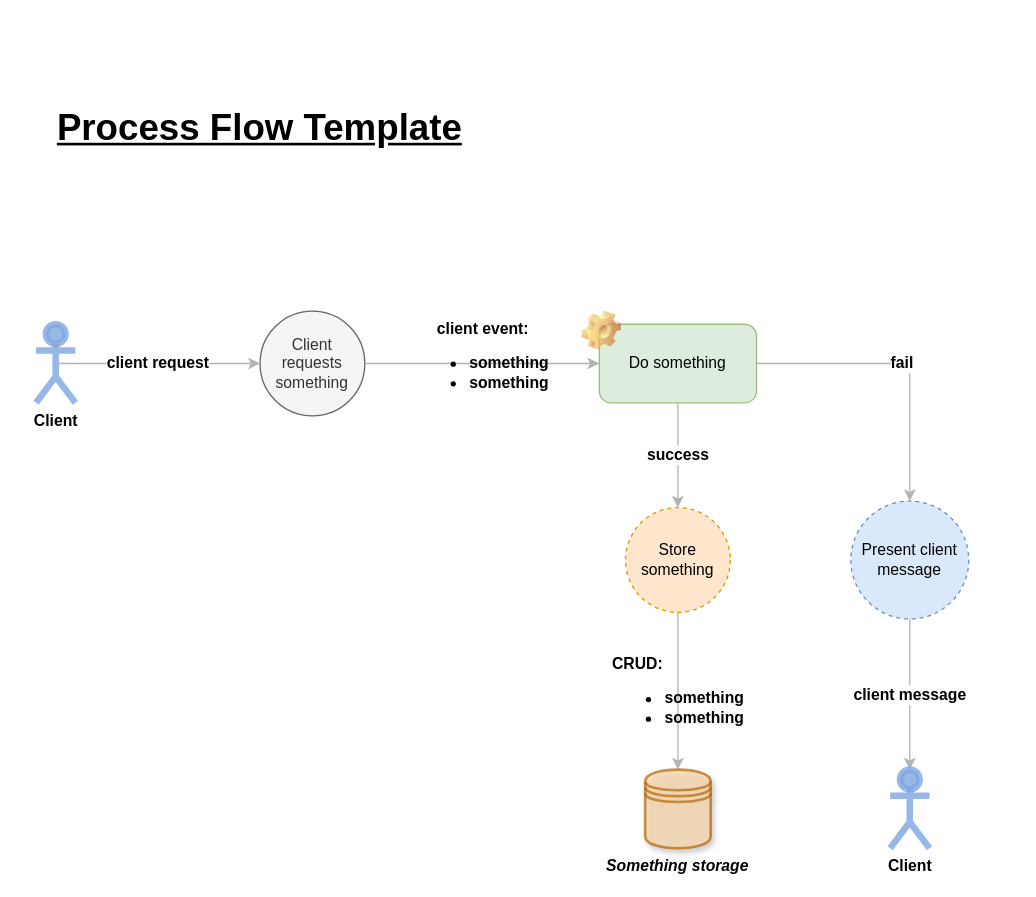
Before: process-flow-template.drawio in tshepo-m/diagram-procss-flow-template, a draw.io diagram. Source tidied: cells renumbered, new cells numbered last; positions are measured from the earlier drawing's top-left corner, leaving out a move shared by most shapes. Both pictures are drawn from the tidied source at 131%, with x=0, y=0 at pixel (22, 114).
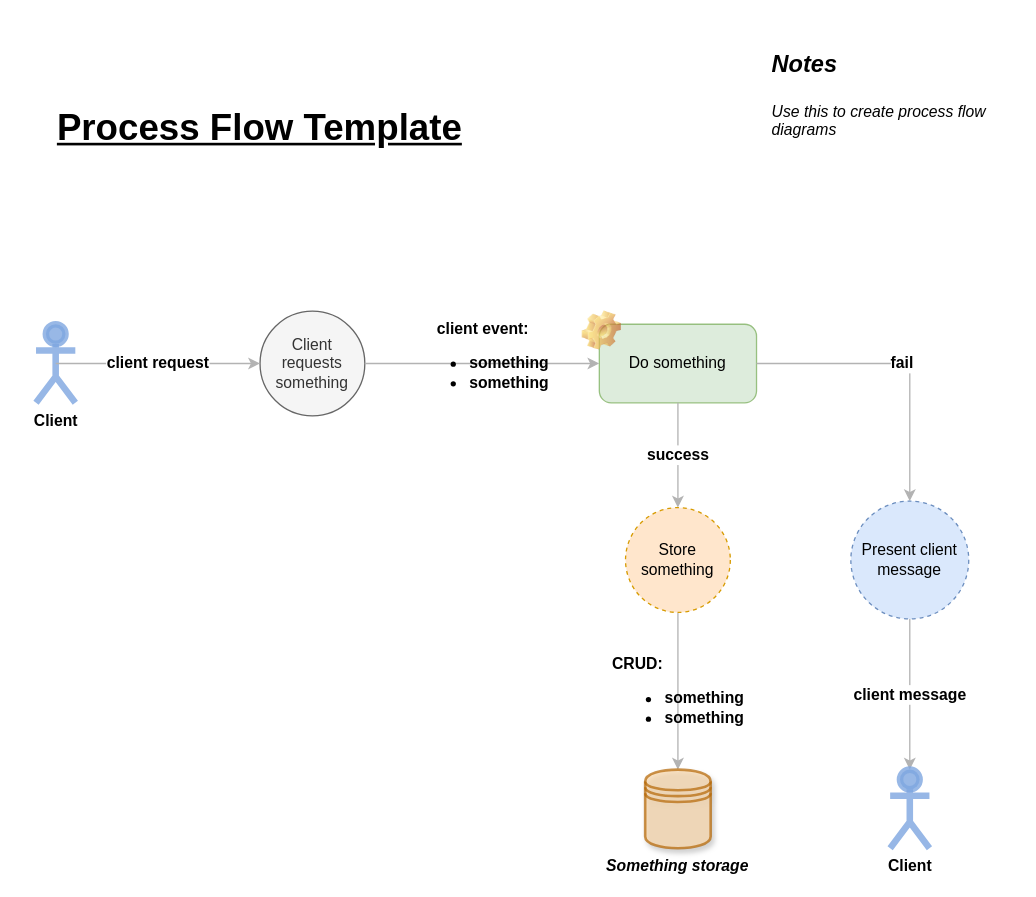
After the change.

Commit message:
Added notes section

Change to the diagram source:
```diff
@@
 <mxGraphModel>
   <root>
     <mxCell id="0" />
     <mxCell id="1" parent="0" />
     <mxCell id="2" value="Do something" style="rounded=1;whiteSpace=wrap;html=1;fillColor=#d5e8d4;strokeColor=#82b366;fontFamily=Arial;fontSize=12;opacity=80;" parent="1" vertex="1">
       <mxGeometry x="440" y="160" width="120" height="60" as="geometry" />
     </mxCell>
     <mxCell id="3" value="success" style="endArrow=classic;html=1;exitX=0.5;exitY=1;exitDx=0;exitDy=0;fontFamily=Arial;fontSize=12;strokeColor=#B3B3B3;fontStyle=1;" parent="1" edge="1" source="2" target="12">
       <mxGeometry relative="1" as="geometry" />
     </mxCell>
     <mxCell id="4" value="&lt;b style=&quot;font-size: 12px;&quot;&gt;fail&lt;/b&gt;" style="endArrow=classic;html=1;exitX=1;exitY=0.5;exitDx=0;exitDy=0;fontFamily=Arial;fontSize=12;strokeColor=#B3B3B3;fontStyle=0;rounded=0;jumpStyle=sharp;entryX=0.5;entryY=0;entryDx=0;entryDy=0;" parent="1" edge="1" source="2" target="14">
       <mxGeometry relative="1" as="geometry">
         <Array as="points">
           <mxPoint x="677" y="190" />
         </Array>
       </mxGeometry>
     </mxCell>
     <mxCell id="5" value="Client requests something" style="ellipse;whiteSpace=wrap;html=1;fillColor=#f5f5f5;strokeColor=#666666;shadow=0;fontFamily=Arial;fontSize=12;fontColor=#333333;" parent="1" vertex="1">
       <mxGeometry x="181" y="150" width="80" height="80" as="geometry" />
     </mxCell>
     <mxCell id="6" value="client event:&lt;br&gt;&lt;ul&gt;&lt;li&gt;something&lt;/li&gt;&lt;li&gt;something&lt;/li&gt;&lt;/ul&gt;" style="endArrow=classic;html=1;entryX=0;entryY=0.5;entryDx=0;entryDy=0;exitX=1;exitY=0.5;exitDx=0;exitDy=0;fontFamily=Arial;fontSize=12;strokeColor=#B3B3B3;fontStyle=1;rounded=0;labelBackgroundColor=none;" parent="1" edge="1" source="5" target="2">
       <mxGeometry relative="1" as="geometry" />
     </mxCell>
     <mxCell id="7" value="Client" style="shape=umlActor;verticalLabelPosition=bottom;labelBackgroundColor=#ffffff;verticalAlign=top;html=1;outlineConnect=0;shadow=0;strokeColor=#7EA6E0;fontSize=12;fillColor=#7EA6E0;strokeWidth=5;perimeterSpacing=0;opacity=80;fontStyle=1;" parent="1" vertex="1">
       <mxGeometry x="10" y="160" width="30" height="60" as="geometry" />
     </mxCell>
     <mxCell id="8" value="client request" style="endArrow=classic;html=1;fontFamily=Arial;fontSize=12;strokeColor=#B3B3B3;fontStyle=1;entryX=0;entryY=0.5;entryDx=0;entryDy=0;exitX=0.5;exitY=0.5;exitDx=0;exitDy=0;exitPerimeter=0;rounded=0;" parent="1" edge="1" source="7" target="5">
       <mxGeometry relative="1" as="geometry" />
     </mxCell>
     <mxCell id="9" value="&lt;b style=&quot;font-size: 28px;&quot;&gt;Process Flow Template&lt;/b&gt;" style="text;html=1;strokeColor=none;fillColor=none;align=center;verticalAlign=middle;whiteSpace=wrap;rounded=0;shadow=0;fontSize=28;opacity=80;fontFamily=Arial;fontStyle=4;" parent="1" vertex="1">
       <mxGeometry width="362" height="20" as="geometry" />
     </mxCell>
     <mxCell id="10" style="shape=image;html=1;verticalLabelPosition=bottom;labelBackgroundColor=#ffffff;verticalAlign=top;imageAspect=0;image=img/clipart/Gear_128x128.png;shadow=0;strokeColor=#7EA6E0;strokeWidth=4;fillColor=none;fontFamily=Arial;fontSize=25;opacity=70;" parent="1" vertex="1">
       <mxGeometry x="427" y="150" width="30" height="30" as="geometry" />
     </mxCell>
     <mxCell id="11" value="&lt;p style=&quot;line-height: 120%&quot;&gt;&lt;/p&gt;&lt;div style=&quot;text-align: left&quot;&gt;&lt;b&gt;CRUD:&lt;/b&gt;&lt;/div&gt;&lt;div style=&quot;text-align: center&quot;&gt;&lt;ul&gt;&lt;li style=&quot;text-align: left&quot;&gt;&lt;b&gt;something&lt;/b&gt;&lt;/li&gt;&lt;li style=&quot;text-align: left&quot;&gt;&lt;b&gt;something&lt;/b&gt;&lt;/li&gt;&lt;/ul&gt;&lt;/div&gt;&lt;p&gt;&lt;/p&gt;" style="edgeStyle=orthogonalEdgeStyle;jettySize=auto;html=1;strokeColor=#B3B3B3;fontFamily=Arial;fontSize=12;labelBackgroundColor=none;rounded=0;" parent="1" edge="1" source="12" target="13">
       <mxGeometry relative="1" as="geometry" />
     </mxCell>
     <mxCell id="12" value="Store something" style="ellipse;whiteSpace=wrap;html=1;fillColor=#ffe6cc;strokeColor=#d79b00;shadow=0;dashed=1;fontFamily=Arial;fontSize=12;" parent="1" vertex="1">
       <mxGeometry x="460" y="300" width="80" height="80" as="geometry" />
     </mxCell>
     <mxCell id="13" value="&lt;font style=&quot;font-size: 12px;&quot;&gt;&lt;b style=&quot;font-size: 12px;&quot;&gt;&lt;i style=&quot;font-size: 12px;&quot;&gt;Something&amp;nbsp;storage&lt;/i&gt;&lt;/b&gt;&lt;/font&gt;" style="shape=datastore;whiteSpace=wrap;html=1;shadow=1;strokeColor=#b46504;strokeWidth=2;fillColor=#fad7ac;fontFamily=Arial;fontSize=12;opacity=70;labelPosition=center;verticalLabelPosition=bottom;align=center;verticalAlign=top;" parent="1" vertex="1">
       <mxGeometry x="475" y="500" width="50" height="60" as="geometry" />
     </mxCell>
     <mxCell id="14" value="Present client message" style="ellipse;whiteSpace=wrap;html=1;fillColor=#dae8fc;strokeColor=#6c8ebf;shadow=0;dashed=1;fontFamily=Arial;fontSize=12;" parent="1" vertex="1">
       <mxGeometry x="632" y="295" width="90" height="90" as="geometry" />
     </mxCell>
     <mxCell id="15" value="client message" style="endArrow=classic;html=1;exitX=0.5;exitY=1;exitDx=0;exitDy=0;fontFamily=Arial;fontSize=12;strokeColor=#B3B3B3;fontStyle=1;entryX=0.5;entryY=0;entryDx=0;entryDy=0;entryPerimeter=0;" parent="1" edge="1" source="14" target="16">
       <mxGeometry relative="1" as="geometry" />
     </mxCell>
     <mxCell id="16" value="Client" style="shape=umlActor;verticalLabelPosition=bottom;labelBackgroundColor=#ffffff;verticalAlign=top;html=1;outlineConnect=0;shadow=0;strokeColor=#7EA6E0;fontSize=12;fillColor=#7EA6E0;strokeWidth=5;perimeterSpacing=0;opacity=80;fontStyle=1;" parent="1" vertex="1">
       <mxGeometry x="662" y="500" width="30" height="60" as="geometry" />
     </mxCell>
+    <mxCell id="17" value="&lt;h1&gt;&lt;font style=&quot;font-size: 18px&quot;&gt;&lt;i&gt;Notes&lt;/i&gt;&lt;/font&gt;&lt;/h1&gt;&lt;p&gt;&lt;i&gt;Use this to create process flow diagrams&lt;/i&gt;&lt;/p&gt;" style="text;html=1;spacing=5;spacingTop=-20;whiteSpace=wrap;overflow=hidden;rounded=0;fontFamily=Arial;" parent="1" vertex="1">
+      <mxGeometry x="567" y="-60" width="190" height="120" as="geometry" />
+    </mxCell>
   </root>
 </mxGraphModel>
```
